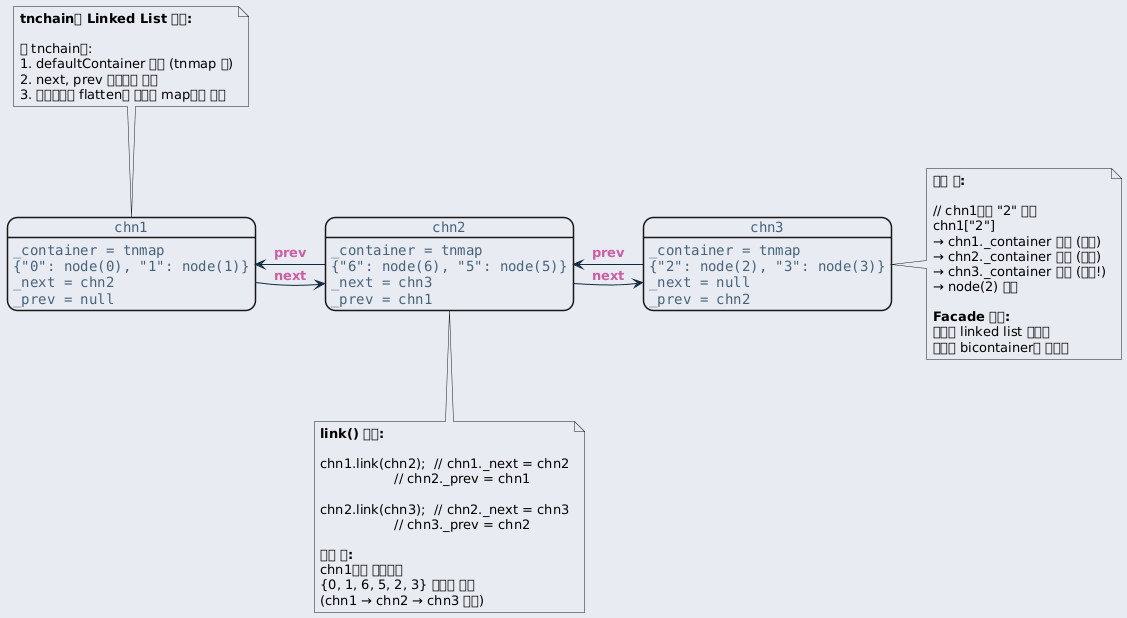
Earlier version of the PlantUML export ref/generated/ko/inline_umlgraph_24.png (byeolang/website).
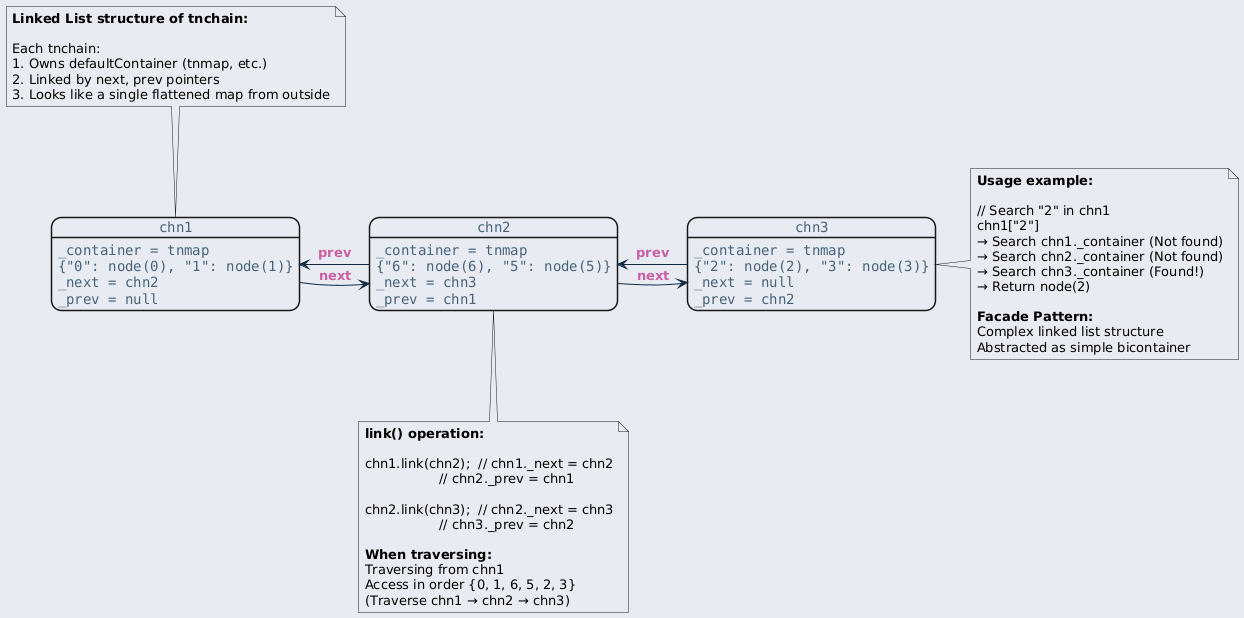
Later version of the same file.

What changed in the source:
```diff
@@ -45,16 +45,16 @@
 }
 
 note top of chn1
-  <b>tnchain의 Linked List 구조:</b>
+  <b>Linked List structure of tnchain:</b>
 
-  각 tnchain은:
-  1. defaultContainer 소유 (tnmap 등)
-  2. next, prev 포인터로 연결
-  3. 외부에서는 flatten된 하나의 map처럼 보임
+  Each tnchain:
+  1. Owns defaultContainer (tnmap, etc.)
+  2. Linked by next, prev pointers
+  3. Looks like a single flattened map from outside
 end note
 
 note bottom of chn2
-  <b>link() 동작:</b>
+  <b>link() operation:</b>
 
   chn1.link(chn2);  // chn1._next = chn2
                     // chn2._prev = chn1
@@ -62,25 +62,25 @@
   chn2.link(chn3);  // chn2._next = chn3
                     // chn3._prev = chn2
 
-  <b>순회 시:</b>
-  chn1에서 순회하면
-  {0, 1, 6, 5, 2, 3} 순서로 접근
-  (chn1 → chn2 → chn3 순회)
+  <b>When traversing:</b>
+  Traversing from chn1
+  Access in order {0, 1, 6, 5, 2, 3}
+  (Traverse chn1 → chn2 → chn3)
 end note
 
 note right of chn3
-  <b>사용 예:</b>
+  <b>Usage example:</b>
 
-  // chn1에서 "2" 검색
+  // Search "2" in chn1
   chn1["2"]
-  → chn1._container 검색 (없음)
-  → chn2._container 검색 (없음)
-  → chn3._container 검색 (발견!)
-  → node(2) 반환
+  → Search chn1._container (Not found)
+  → Search chn2._container (Not found)
+  → Search chn3._container (Found!)
+  → Return node(2)
 
-  <b>Facade 패턴:</b>
-  복잡한 linked list 구조를
-  단순한 bicontainer로 추상화
+  <b>Facade Pattern:</b>
+  Complex linked list structure
+  Abstracted as simple bicontainer
 end note
 
 chn1 -right-> chn2 : next
```
